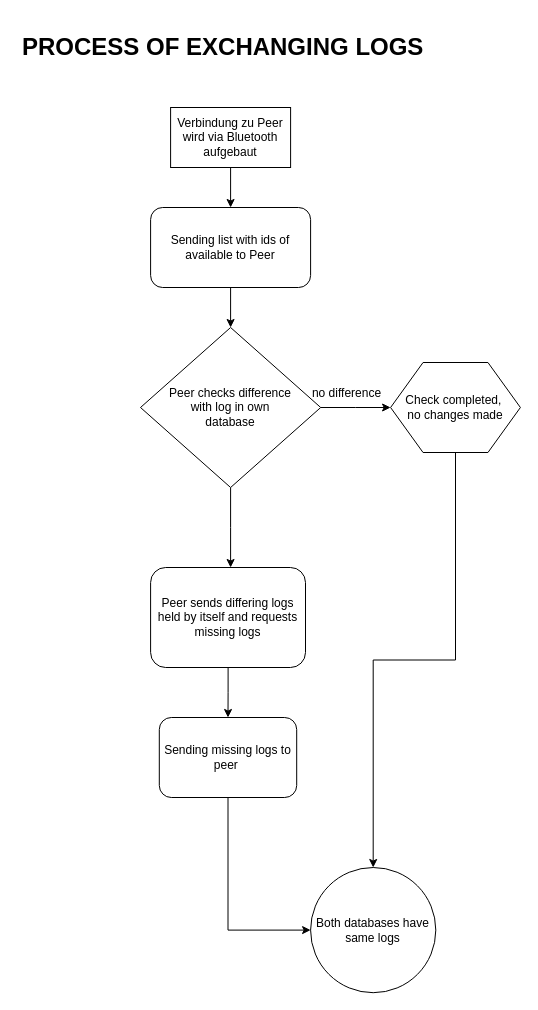
This is Documents/Graphs/Workflow_Log_Exchange.drawio from TK5-Tim/FreedomDrop, a draw.io file, before an edit. Source tidied: cells renumbered, new cells numbered last; positions are measured from the earlier drawing's top-left corner, leaving out a move shared by most shapes. Both pictures are drawn from the tidied source at 100%, with x=0, y=0 at pixel (17, 27).
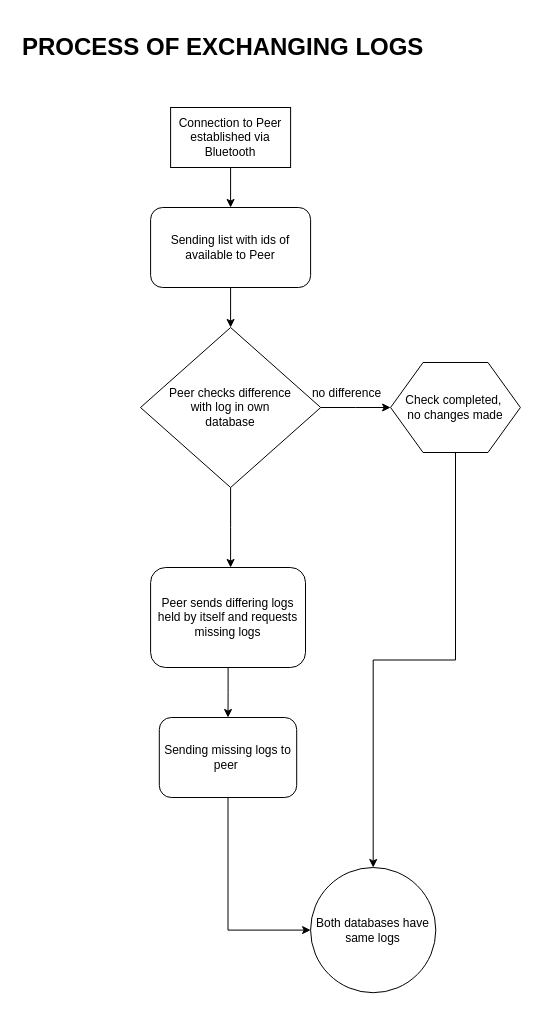
After the change.

Diff of the diagram source:
```diff
@@
 <mxGraphModel>
   <root>
     <mxCell id="0" />
     <mxCell id="1" parent="0" />
     <mxCell id="2" style="edgeStyle=orthogonalEdgeStyle;rounded=0;jettySize=auto;html=1;" parent="1" edge="1" source="3" target="8">
       <mxGeometry relative="1" as="geometry" />
     </mxCell>
     <mxCell id="3" value="Sending list with ids of available to Peer" style="rounded=1;whiteSpace=wrap;html=1;" parent="1" vertex="1">
       <mxGeometry x="133.1" y="180" width="160" height="80" as="geometry" />
     </mxCell>
     <mxCell id="4" style="edgeStyle=orthogonalEdgeStyle;rounded=0;jettySize=auto;html=1;" parent="1" edge="1" source="5" target="3">
       <mxGeometry relative="1" as="geometry" />
     </mxCell>
-    <mxCell id="5" value="Verbindung zu Peer wird via Bluetooth aufgebaut" style="rounded=0;whiteSpace=wrap;html=1;" parent="1" vertex="1">
+    <mxCell id="5" value="Connection to Peer established via Bluetooth" style="rounded=0;whiteSpace=wrap;html=1;" parent="1" vertex="1">
       <mxGeometry x="153.1" y="80" width="120" height="60" as="geometry" />
     </mxCell>
     <mxCell id="6" style="edgeStyle=orthogonalEdgeStyle;rounded=0;jettySize=auto;html=1;" parent="1" edge="1" source="8">
       <mxGeometry relative="1" as="geometry">
         <mxPoint x="373.1" y="380" as="targetPoint" />
       </mxGeometry>
     </mxCell>
     <mxCell id="7" style="edgeStyle=orthogonalEdgeStyle;rounded=0;jettySize=auto;html=1;" parent="1" edge="1" source="8">
       <mxGeometry relative="1" as="geometry">
         <mxPoint x="213.1" y="540" as="targetPoint" />
       </mxGeometry>
     </mxCell>
     <mxCell id="8" value="Peer checks difference &lt;br&gt;with log in own &lt;br&gt;database" style="rhombus;whiteSpace=wrap;html=1;" parent="1" vertex="1">
       <mxGeometry x="123" y="300" width="180.2" height="160" as="geometry" />
     </mxCell>
     <mxCell id="9" style="edgeStyle=orthogonalEdgeStyle;rounded=0;jettySize=auto;html=1;" parent="1" edge="1" source="10" target="16">
       <mxGeometry relative="1" as="geometry" />
     </mxCell>
     <mxCell id="10" value="Check completed,&amp;nbsp;&lt;br&gt;no changes made" style="shape=hexagon;perimeter=hexagonPerimeter2;whiteSpace=wrap;html=1;" parent="1" vertex="1">
       <mxGeometry x="373.1" y="335" width="129.8" height="90" as="geometry" />
     </mxCell>
     <mxCell id="11" value="no difference" style="text;html=1;align=center;verticalAlign=middle;" parent="1" vertex="1">
       <mxGeometry x="289.1" y="356" width="80" height="20" as="geometry" />
     </mxCell>
     <mxCell id="12" style="edgeStyle=orthogonalEdgeStyle;rounded=0;jettySize=auto;html=1;" parent="1" edge="1" source="13" target="15">
       <mxGeometry relative="1" as="geometry" />
     </mxCell>
     <mxCell id="13" value="Peer sends differing logs held by itself and requests missing logs" style="rounded=1;whiteSpace=wrap;html=1;" parent="1" vertex="1">
       <mxGeometry x="133.1" y="540" width="154.9" height="100" as="geometry" />
     </mxCell>
     <mxCell id="14" style="edgeStyle=orthogonalEdgeStyle;rounded=0;jettySize=auto;html=1;exitX=0.5;exitY=1;exitDx=0;exitDy=0;entryX=0;entryY=0.5;entryDx=0;entryDy=0;" parent="1" edge="1" source="15" target="16">
       <mxGeometry relative="1" as="geometry" />
     </mxCell>
     <mxCell id="15" value="Sending missing logs to peer&amp;nbsp;" style="rounded=1;whiteSpace=wrap;html=1;" parent="1" vertex="1">
       <mxGeometry x="141.8" y="690" width="137.4" height="80" as="geometry" />
     </mxCell>
     <mxCell id="16" value="Both databases have same logs" style="ellipse;whiteSpace=wrap;html=1;" parent="1" vertex="1">
       <mxGeometry x="293.1" y="840" width="125.2" height="125.2" as="geometry" />
     </mxCell>
     <mxCell id="17" value="&lt;h1&gt;PROCESS OF EXCHANGING LOGS&amp;nbsp;&lt;/h1&gt;" style="text;html=1;strokeColor=none;fillColor=none;spacing=5;spacingTop=-20;whiteSpace=wrap;overflow=hidden;rounded=0;" parent="1" vertex="1">
       <mxGeometry width="462.4" height="40" as="geometry" />
     </mxCell>
   </root>
 </mxGraphModel>
```
